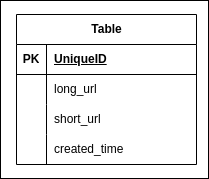
Earlier version of the draw.io export images/db_schema.png (ommore1523/TinyUrl). Source tidied: cells renumbered, new cells last; positions are measured from the earlier drawing's top-left corner, leaving out a move shared by most shapes. Source of this version:
```xml
<mxGraphModel>
  <root>
    <mxCell id="0" />
    <mxCell id="1" parent="0" />
    <mxCell id="2" style="rounded=0;whiteSpace=wrap;html=1;" parent="1" vertex="1">
      <mxGeometry width="208" height="178" as="geometry" />
    </mxCell>
    <mxCell id="3" value="Table" style="shape=table;startSize=30;rowLines=0;fontStyle=1;align=center;html=1;" parent="1" vertex="1">
      <mxGeometry x="16" y="14" width="180" height="150" as="geometry" />
    </mxCell>
    <mxCell id="4" style="shape=tableRow;horizontal=0;startSize=0;swimlaneHead=0;swimlaneBody=0;fillColor=none;top=0;left=0;right=0;bottom=1;" parent="3" vertex="1">
      <mxGeometry y="30" width="180" height="30" as="geometry" />
    </mxCell>
    <mxCell id="5" value="PK" style="shape=partialRectangle;fillColor=none;top=0;left=0;bottom=0;right=0;fontStyle=1;overflow=hidden;whiteSpace=wrap;html=1;" parent="4" vertex="1">
      <mxGeometry width="30" height="30" as="geometry" />
    </mxCell>
    <mxCell id="6" value="UniqueID" style="shape=partialRectangle;fillColor=none;top=0;left=0;bottom=0;right=0;align=left;spacingLeft=6;fontStyle=5;overflow=hidden;whiteSpace=wrap;html=1;" parent="4" vertex="1">
      <mxGeometry x="30" width="150" height="30" as="geometry" />
    </mxCell>
    <mxCell id="7" style="shape=tableRow;horizontal=0;startSize=0;swimlaneHead=0;swimlaneBody=0;fillColor=none;top=0;left=0;right=0;bottom=0;" parent="3" vertex="1">
      <mxGeometry y="60" width="180" height="30" as="geometry" />
    </mxCell>
    <mxCell id="8" style="shape=partialRectangle;fillColor=none;top=0;left=0;bottom=0;right=0;overflow=hidden;whiteSpace=wrap;html=1;" parent="7" vertex="1">
      <mxGeometry width="30" height="30" as="geometry" />
    </mxCell>
    <mxCell id="9" value="long_url" style="shape=partialRectangle;fillColor=none;top=0;left=0;bottom=0;right=0;align=left;spacingLeft=6;overflow=hidden;whiteSpace=wrap;html=1;" parent="7" vertex="1">
      <mxGeometry x="30" width="150" height="30" as="geometry" />
    </mxCell>
    <mxCell id="10" style="shape=tableRow;horizontal=0;startSize=0;swimlaneHead=0;swimlaneBody=0;fillColor=none;top=0;left=0;right=0;bottom=0;" parent="3" vertex="1">
      <mxGeometry y="90" width="180" height="30" as="geometry" />
    </mxCell>
    <mxCell id="11" style="shape=partialRectangle;fillColor=none;top=0;left=0;bottom=0;right=0;overflow=hidden;whiteSpace=wrap;html=1;" parent="10" vertex="1">
      <mxGeometry width="30" height="30" as="geometry" />
    </mxCell>
    <mxCell id="12" value="short_url" style="shape=partialRectangle;fillColor=none;top=0;left=0;bottom=0;right=0;align=left;spacingLeft=6;overflow=hidden;whiteSpace=wrap;html=1;" parent="10" vertex="1">
      <mxGeometry x="30" width="150" height="30" as="geometry" />
    </mxCell>
    <mxCell id="13" style="shape=tableRow;horizontal=0;startSize=0;swimlaneHead=0;swimlaneBody=0;fillColor=none;top=0;left=0;right=0;bottom=0;" parent="3" vertex="1">
      <mxGeometry y="120" width="180" height="30" as="geometry" />
    </mxCell>
    <mxCell id="14" style="shape=partialRectangle;fillColor=none;top=0;left=0;bottom=0;right=0;overflow=hidden;whiteSpace=wrap;html=1;" parent="13" vertex="1">
      <mxGeometry width="30" height="30" as="geometry" />
    </mxCell>
    <mxCell id="15" value="created_time" style="shape=partialRectangle;fillColor=none;top=0;left=0;bottom=0;right=0;align=left;spacingLeft=6;overflow=hidden;whiteSpace=wrap;html=1;" parent="13" vertex="1">
      <mxGeometry x="30" width="150" height="30" as="geometry" />
    </mxCell>
  </root>
</mxGraphModel>
```
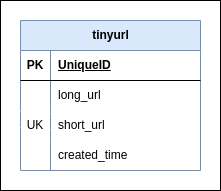
Above is the later version.

Change to the diagram source:
```diff
@@ -2,13 +2,13 @@
   <root>
     <mxCell id="0" />
     <mxCell id="1" parent="0" />
-    <mxCell id="2" style="rounded=0;whiteSpace=wrap;html=1;" parent="1" vertex="1">
-      <mxGeometry width="208" height="178" as="geometry" />
-    </mxCell>
-    <mxCell id="3" value="Table" style="shape=table;startSize=30;rowLines=0;fontStyle=1;align=center;html=1;" parent="1" vertex="1">
-      <mxGeometry x="16" y="14" width="180" height="150" as="geometry" />
-    </mxCell>
+    <mxCell id="16" style="rounded=0;whiteSpace=wrap;html=1;" parent="1" vertex="1">
+      <mxGeometry x="-267" y="-74" width="220" height="190" as="geometry" />
+    </mxCell>
+    <mxCell id="17" value="tinyurl" style="shape=table;startSize=30;rowLines=0;fontStyle=1;align=center;html=1;fillColor=#dae8fc;strokeColor=#6c8ebf;" parent="1" vertex="1">
+      <mxGeometry x="-247" y="-54" width="180" height="150" as="geometry" />
+    </mxCell>
-    <mxCell id="4" style="shape=tableRow;horizontal=0;startSize=0;swimlaneHead=0;swimlaneBody=0;fillColor=none;top=0;left=0;right=0;bottom=1;" parent="3" vertex="1">
+    <mxCell id="4" style="shape=tableRow;horizontal=0;startSize=0;swimlaneHead=0;swimlaneBody=0;fillColor=none;top=0;left=0;right=0;bottom=1;" parent="17" vertex="1">
       <mxGeometry y="30" width="180" height="30" as="geometry" />
     </mxCell>
     <mxCell id="5" value="PK" style="shape=partialRectangle;fillColor=none;top=0;left=0;bottom=0;right=0;fontStyle=1;overflow=hidden;whiteSpace=wrap;html=1;" parent="4" vertex="1">
@@ -17,30 +17,30 @@
     <mxCell id="6" value="UniqueID" style="shape=partialRectangle;fillColor=none;top=0;left=0;bottom=0;right=0;align=left;spacingLeft=6;fontStyle=5;overflow=hidden;whiteSpace=wrap;html=1;" parent="4" vertex="1">
       <mxGeometry x="30" width="150" height="30" as="geometry" />
     </mxCell>
-    <mxCell id="7" style="shape=tableRow;horizontal=0;startSize=0;swimlaneHead=0;swimlaneBody=0;fillColor=none;top=0;left=0;right=0;bottom=0;" parent="3" vertex="1">
+    <mxCell id="7" style="shape=tableRow;horizontal=0;startSize=0;swimlaneHead=0;swimlaneBody=0;fillColor=none;top=0;left=0;right=0;bottom=0;" parent="17" vertex="1">
       <mxGeometry y="60" width="180" height="30" as="geometry" />
     </mxCell>
-    <mxCell id="8" style="shape=partialRectangle;fillColor=none;top=0;left=0;bottom=0;right=0;overflow=hidden;whiteSpace=wrap;html=1;" parent="7" vertex="1">
-      <mxGeometry width="30" height="30" as="geometry" />
-    </mxCell>
+    <mxCell id="18" style="shape=partialRectangle;fillColor=none;top=0;left=0;bottom=0;right=0;overflow=hidden;whiteSpace=wrap;html=1;" parent="7" vertex="1">
+      <mxGeometry width="30" height="30" as="geometry" />
+    </mxCell>
     <mxCell id="9" value="long_url" style="shape=partialRectangle;fillColor=none;top=0;left=0;bottom=0;right=0;align=left;spacingLeft=6;overflow=hidden;whiteSpace=wrap;html=1;" parent="7" vertex="1">
       <mxGeometry x="30" width="150" height="30" as="geometry" />
     </mxCell>
-    <mxCell id="10" style="shape=tableRow;horizontal=0;startSize=0;swimlaneHead=0;swimlaneBody=0;fillColor=none;top=0;left=0;right=0;bottom=0;" parent="3" vertex="1">
+    <mxCell id="10" style="shape=tableRow;horizontal=0;startSize=0;swimlaneHead=0;swimlaneBody=0;fillColor=none;top=0;left=0;right=0;bottom=0;" parent="17" vertex="1">
       <mxGeometry y="90" width="180" height="30" as="geometry" />
     </mxCell>
-    <mxCell id="11" style="shape=partialRectangle;fillColor=none;top=0;left=0;bottom=0;right=0;overflow=hidden;whiteSpace=wrap;html=1;" parent="10" vertex="1">
-      <mxGeometry width="30" height="30" as="geometry" />
-    </mxCell>
+    <mxCell id="19" value="UK" style="shape=partialRectangle;fillColor=default;top=0;left=0;bottom=0;right=0;overflow=hidden;whiteSpace=wrap;html=1;fillStyle=hatch;" parent="10" vertex="1">
+      <mxGeometry width="30" height="30" as="geometry" />
+    </mxCell>
     <mxCell id="12" value="short_url" style="shape=partialRectangle;fillColor=none;top=0;left=0;bottom=0;right=0;align=left;spacingLeft=6;overflow=hidden;whiteSpace=wrap;html=1;" parent="10" vertex="1">
       <mxGeometry x="30" width="150" height="30" as="geometry" />
     </mxCell>
-    <mxCell id="13" style="shape=tableRow;horizontal=0;startSize=0;swimlaneHead=0;swimlaneBody=0;fillColor=none;top=0;left=0;right=0;bottom=0;" parent="3" vertex="1">
+    <mxCell id="13" style="shape=tableRow;horizontal=0;startSize=0;swimlaneHead=0;swimlaneBody=0;fillColor=none;top=0;left=0;right=0;bottom=0;" parent="17" vertex="1">
       <mxGeometry y="120" width="180" height="30" as="geometry" />
     </mxCell>
-    <mxCell id="14" style="shape=partialRectangle;fillColor=none;top=0;left=0;bottom=0;right=0;overflow=hidden;whiteSpace=wrap;html=1;" parent="13" vertex="1">
-      <mxGeometry width="30" height="30" as="geometry" />
-    </mxCell>
+    <mxCell id="20" style="shape=partialRectangle;fillColor=none;top=0;left=0;bottom=0;right=0;overflow=hidden;whiteSpace=wrap;html=1;" parent="13" vertex="1">
+      <mxGeometry width="30" height="30" as="geometry" />
+    </mxCell>
     <mxCell id="15" value="created_time" style="shape=partialRectangle;fillColor=none;top=0;left=0;bottom=0;right=0;align=left;spacingLeft=6;overflow=hidden;whiteSpace=wrap;html=1;" parent="13" vertex="1">
       <mxGeometry x="30" width="150" height="30" as="geometry" />
     </mxCell>
```
